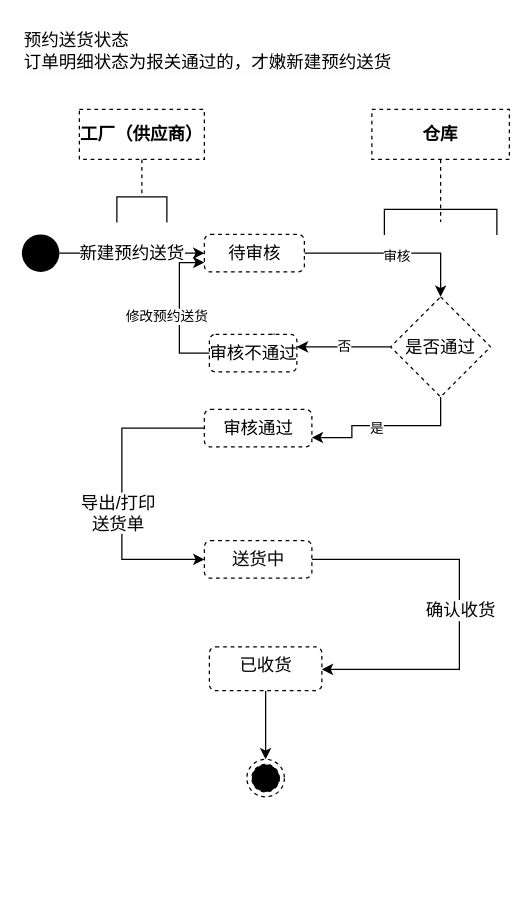
This is page "预约送货状态" (9 of 10) of shrine-doc/进区预约系统.drawio from easefulfil/CLOUDCARE, a draw.io file, before an edit. Source tidied: cells renumbered, new cells numbered last; positions are measured from the earlier drawing's top-left corner, leaving out a move shared by most shapes. Both pictures are drawn from the tidied source at 125%, with x=0, y=0 at pixel (21, 21).
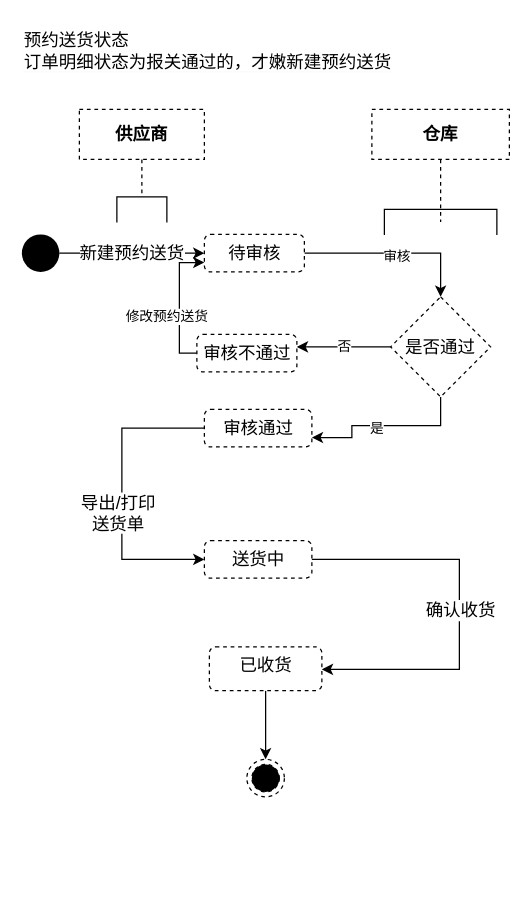
After the change.

Diff of the diagram source:
```diff
@@
-    <mxCell id="16" value="&lt;span style=&quot;font-weight: 700&quot;&gt;工厂（供应商）&lt;/span&gt;" style="shape=umlLifeline;perimeter=lifelinePerimeter;whiteSpace=wrap;html=1;dashed=1;fontSize=14;" parent="1" vertex="1">
+    <mxCell id="16" value="&lt;span style=&quot;font-weight: 700&quot;&gt;供应商&lt;/span&gt;" style="shape=umlLifeline;perimeter=lifelinePerimeter;whiteSpace=wrap;html=1;dashed=1;fontSize=14;" parent="1" vertex="1">
       <mxGeometry x="46" y="70" width="100" height="70" as="geometry" />
     </mxCell>
@@
     <mxCell id="28" value="审核不通过" style="html=1;align=center;verticalAlign=top;rounded=1;absoluteArcSize=1;arcSize=10;dashed=1;fontSize=14;" parent="1" vertex="1">
-      <mxGeometry x="150" y="250" width="70" height="30" as="geometry" />
+      <mxGeometry x="140" y="250" width="80" height="30" as="geometry" />
     </mxCell>
```
